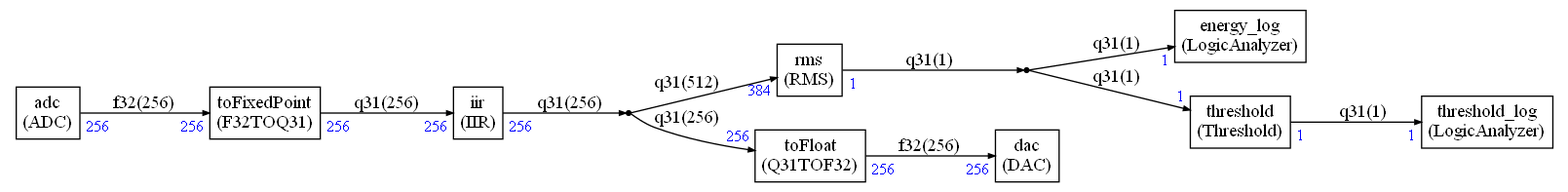
Above: ComputeGraph/Pictures/graph.png in Arm-Examples/CMSIS-Stream-PoC (Graphviz), before the change. Its source is kept beside it as ComputeGraph/Pictures/graph.dot.
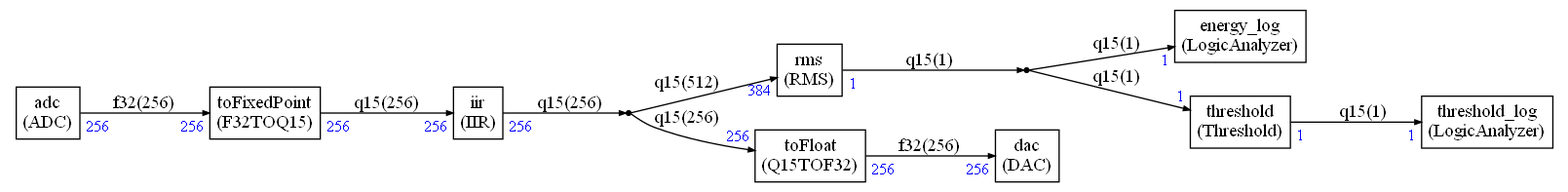
Above is the later version.

The edit, as a diff of the source:
```diff
@@ -30,10 +30,10 @@
   </TR>
 </TABLE>>];
 
-fir [label=<
+iir [label=<
 <TABLE BORDER="0" CELLBORDER="1" CELLSPACING="0" CELLPADDING="4">
   <TR>
-    <TD ALIGN="CENTER" PORT="i">fir<BR/>(FIR)</TD>
+    <TD ALIGN="CENTER" PORT="i">iir<BR/>(IIR)</TD>
   </TR>
 </TABLE>>];
 
@@ -61,14 +61,14 @@
 toFixedPoint [label=<
 <TABLE BORDER="0" CELLBORDER="1" CELLSPACING="0" CELLPADDING="4">
   <TR>
-    <TD ALIGN="CENTER" PORT="i">toFixedPoint<BR/>(F32TOQ15)</TD>
+    <TD ALIGN="CENTER" PORT="i">toFixedPoint<BR/>(ToFixedPoint)</TD>
   </TR>
 </TABLE>>];
 
 toFloat [label=<
 <TABLE BORDER="0" CELLBORDER="1" CELLSPACING="0" CELLPADDING="4">
   <TR>
-    <TD ALIGN="CENTER" PORT="i">toFloat<BR/>(Q15TOF32)</TD>
+    <TD ALIGN="CENTER" PORT="i">toFloat<BR/>(ToFloat)</TD>
   </TR>
 </TABLE>>];
 
@@ -80,7 +80,7 @@
 ,taillabel=<<TABLE BORDER="0" CELLPADDING="2"><TR><TD><FONT COLOR="blue" POINT-SIZE="12.0" >256</FONT>
 </TD></TR></TABLE>>]
 
-toFixedPoint:i -> fir:i [label="q15(256)"
+toFixedPoint:i -> iir:i [label="q15(256)"
 ,headlabel=<<TABLE BORDER="0" CELLPADDING="2"><TR><TD><FONT COLOR="blue" POINT-SIZE="12.0" >256</FONT>
 </TD></TR></TABLE>>
 ,taillabel=<<TABLE BORDER="0" CELLPADDING="2"><TR><TD><FONT COLOR="blue" POINT-SIZE="12.0" >256</FONT>
@@ -98,7 +98,7 @@
 ,taillabel=<<TABLE BORDER="0" CELLPADDING="2"><TR><TD><FONT COLOR="blue" POINT-SIZE="12.0" >1</FONT>
 </TD></TR></TABLE>>]
 
-fir:i ->
+iir:i ->
 dup0 [label="q15(256)"
 
 ,taillabel=<<TABLE BORDER="0" CELLPADDING="2"><TR><TD><FONT COLOR="blue" POINT-SIZE="12.0" >256</FONT>
```
